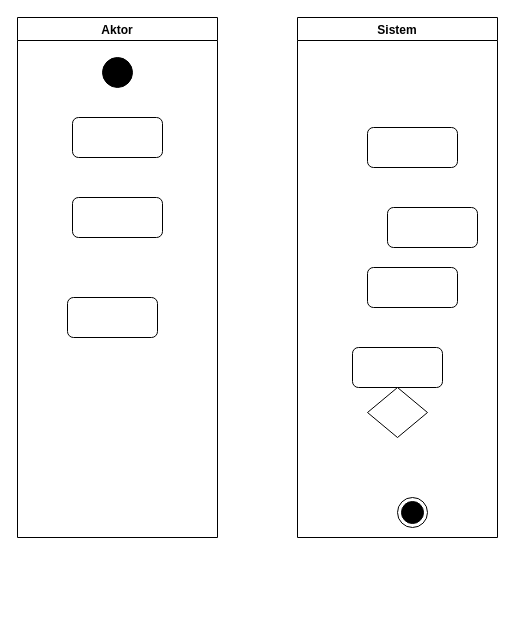
Before: registrasi activity diagram.drawio in ratihpn99/tokoonline, a draw.io diagram. Source tidied: cells renumbered, new cells numbered last; positions are measured from the earlier drawing's top-left corner, leaving out a move shared by most shapes. Both pictures are drawn from the tidied source at 100%, with x=0, y=0 at pixel (17, 17).
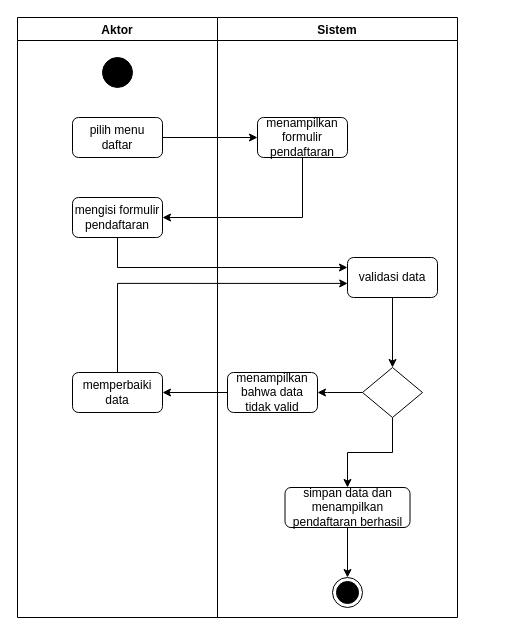
Above is the later version.

The edit, as a diff of the source:
```diff
@@
     <mxCell id="2" value="Aktor" style="swimlane;" parent="1" vertex="1">
-      <mxGeometry width="200" height="520" as="geometry" />
+      <mxGeometry width="200" height="600" as="geometry" />
     </mxCell>
@@
-    <mxCell id="4" style="rounded=1;whiteSpace=wrap;html=1;fillColor=#FFFFFF;" parent="2" vertex="1">
+    <mxCell id="4" value="pilih menu daftar" style="rounded=1;whiteSpace=wrap;html=1;fillColor=#FFFFFF;" parent="2" vertex="1">
       <mxGeometry x="55" y="100" width="90" height="40" as="geometry" />
     </mxCell>
-    <mxCell id="5" style="rounded=1;whiteSpace=wrap;html=1;fillColor=#FFFFFF;" parent="2" vertex="1">
+    <mxCell id="5" value="mengisi formulir pendaftaran" style="rounded=1;whiteSpace=wrap;html=1;fillColor=#FFFFFF;" parent="2" vertex="1">
       <mxGeometry x="55" y="180" width="90" height="40" as="geometry" />
     </mxCell>
-    <mxCell id="6" style="rounded=1;whiteSpace=wrap;html=1;fillColor=#FFFFFF;" parent="2" vertex="1">
-      <mxGeometry x="50" y="280" width="90" height="40" as="geometry" />
+    <mxCell id="6" value="memperbaiki data" style="rounded=1;whiteSpace=wrap;html=1;fillColor=#FFFFFF;" parent="2" vertex="1">
+      <mxGeometry x="55" y="355" width="90" height="40" as="geometry" />
     </mxCell>
     <mxCell id="7" value="Sistem" style="swimlane;" parent="1" vertex="1">
-      <mxGeometry x="280" width="200" height="520" as="geometry" />
+      <mxGeometry x="200" width="240" height="600" as="geometry" />
     </mxCell>
-    <mxCell id="8" style="rounded=1;whiteSpace=wrap;html=1;fillColor=#FFFFFF;" parent="7" vertex="1">
-      <mxGeometry x="70" y="110" width="90" height="40" as="geometry" />
+    <mxCell id="8" value="menampilkan formulir pendaftaran" style="rounded=1;whiteSpace=wrap;html=1;fillColor=#FFFFFF;" parent="7" vertex="1">
+      <mxGeometry x="40" y="100" width="90" height="40" as="geometry" />
     </mxCell>
+    <mxCell id="14" style="edgeStyle=orthogonalEdgeStyle;rounded=0;jettySize=auto;html=1;" parent="7" edge="1" source="9" target="12">
+      <mxGeometry relative="1" as="geometry" />
+    </mxCell>
-    <mxCell id="9" style="rounded=1;whiteSpace=wrap;html=1;fillColor=#FFFFFF;" parent="7" vertex="1">
-      <mxGeometry x="90" y="190" width="90" height="40" as="geometry" />
+    <mxCell id="9" value="validasi data" style="rounded=1;whiteSpace=wrap;html=1;fillColor=#FFFFFF;" parent="7" vertex="1">
+      <mxGeometry x="130" y="240" width="90" height="40" as="geometry" />
     </mxCell>
-    <mxCell id="10" style="rounded=1;whiteSpace=wrap;html=1;fillColor=#FFFFFF;" parent="7" vertex="1">
-      <mxGeometry x="70" y="250" width="90" height="40" as="geometry" />
+    <mxCell id="10" value="menampilkan bahwa data tidak valid" style="rounded=1;whiteSpace=wrap;html=1;fillColor=#FFFFFF;" parent="7" vertex="1">
+      <mxGeometry x="10" y="355" width="90" height="40" as="geometry" />
     </mxCell>
+    <mxCell id="15" style="edgeStyle=orthogonalEdgeStyle;rounded=0;jettySize=auto;html=1;" parent="7" edge="1" source="11" target="13">
+      <mxGeometry relative="1" as="geometry" />
+    </mxCell>
-    <mxCell id="11" style="rounded=1;whiteSpace=wrap;html=1;fillColor=#FFFFFF;" parent="7" vertex="1">
-      <mxGeometry x="55" y="330" width="90" height="40" as="geometry" />
+    <mxCell id="11" value="simpan data dan menampilkan pendaftaran berhasil" style="rounded=1;whiteSpace=wrap;html=1;fillColor=#FFFFFF;" parent="7" vertex="1">
+      <mxGeometry x="67.5" y="470" width="125" height="40" as="geometry" />
     </mxCell>
+    <mxCell id="16" style="edgeStyle=orthogonalEdgeStyle;rounded=0;jettySize=auto;html=1;" parent="7" edge="1" source="12" target="10">
+      <mxGeometry relative="1" as="geometry">
+        <Array as="points">
+          <mxPoint x="110" y="375" />
+          <mxPoint x="110" y="375" />
+        </Array>
+      </mxGeometry>
+    </mxCell>
+    <mxCell id="17" style="edgeStyle=orthogonalEdgeStyle;rounded=0;jettySize=auto;html=1;" parent="7" edge="1" source="12" target="11">
+      <mxGeometry relative="1" as="geometry" />
+    </mxCell>
     <mxCell id="12" style="rhombus;whiteSpace=wrap;html=1;fillColor=#FFFFFF;" parent="7" vertex="1">
-      <mxGeometry x="70" y="370" width="60" height="50" as="geometry" />
+      <mxGeometry x="145" y="350" width="60" height="50" as="geometry" />
     </mxCell>
     <mxCell id="13" style="ellipse;html=1;shape=endState;fillColor=#000000;strokeColor=#000000;" parent="7" vertex="1">
-      <mxGeometry x="100" y="480" width="30" height="30" as="geometry" />
+      <mxGeometry x="115" y="560" width="30" height="30" as="geometry" />
     </mxCell>
+    <mxCell id="18" style="edgeStyle=orthogonalEdgeStyle;rounded=0;jettySize=auto;html=1;entryX=0;entryY=0.5;entryDx=0;entryDy=0;" parent="1" edge="1" source="4" target="8">
+      <mxGeometry relative="1" as="geometry" />
+    </mxCell>
+    <mxCell id="19" style="edgeStyle=orthogonalEdgeStyle;rounded=0;jettySize=auto;html=1;entryX=1;entryY=0.5;entryDx=0;entryDy=0;" parent="1" edge="1" source="8" target="5">
+      <mxGeometry relative="1" as="geometry">
+        <Array as="points">
+          <mxPoint x="285" y="200" />
+        </Array>
+      </mxGeometry>
+    </mxCell>
+    <mxCell id="20" style="edgeStyle=orthogonalEdgeStyle;rounded=0;jettySize=auto;html=1;entryX=0;entryY=0.25;entryDx=0;entryDy=0;" parent="1" edge="1" source="5" target="9">
+      <mxGeometry relative="1" as="geometry">
+        <Array as="points">
+          <mxPoint x="100" y="250" />
+        </Array>
+      </mxGeometry>
+    </mxCell>
+    <mxCell id="21" style="edgeStyle=orthogonalEdgeStyle;rounded=0;jettySize=auto;html=1;entryX=0.002;entryY=0.648;entryDx=0;entryDy=0;entryPerimeter=0;" parent="1" edge="1" source="6" target="9">
+      <mxGeometry relative="1" as="geometry">
+        <Array as="points">
+          <mxPoint x="100" y="266" />
+        </Array>
+      </mxGeometry>
+    </mxCell>
+    <mxCell id="22" style="edgeStyle=orthogonalEdgeStyle;rounded=0;jettySize=auto;html=1;" parent="1" edge="1" source="10" target="6">
+      <mxGeometry relative="1" as="geometry" />
+    </mxCell>
```
